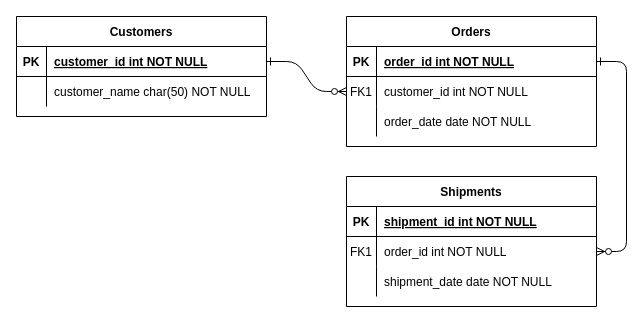
The draw.io diagram Untitled Diagram.drawio in Holison18/Data-Base-ER-diagrams, before the edit. Source tidied: cells renumbered, new cells numbered last; positions are measured from the earlier drawing's top-left corner, leaving out a move shared by most shapes. Both pictures are drawn from the tidied source at 100%, with x=0, y=0 at pixel (16, 16).
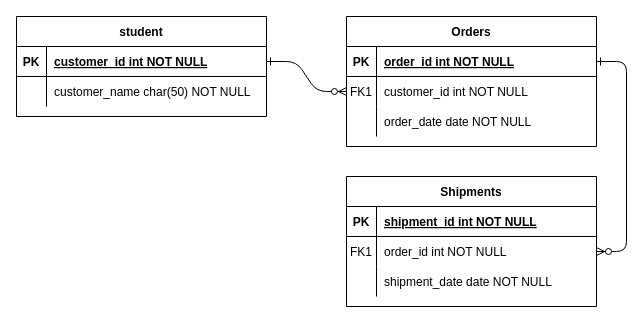
After the change.

What changed in the source:
```diff
@@
-    <mxCell id="24" value="Customers" style="shape=table;startSize=30;childLayout=tableLayout;rowLines=0;fontStyle=1;align=center;" parent="1" vertex="1">
+    <mxCell id="24" value="student" style="shape=table;startSize=30;childLayout=tableLayout;rowLines=0;fontStyle=1;align=center;" parent="1" vertex="1">
       <mxGeometry width="250" height="100" as="geometry" />
     </mxCell>
```
